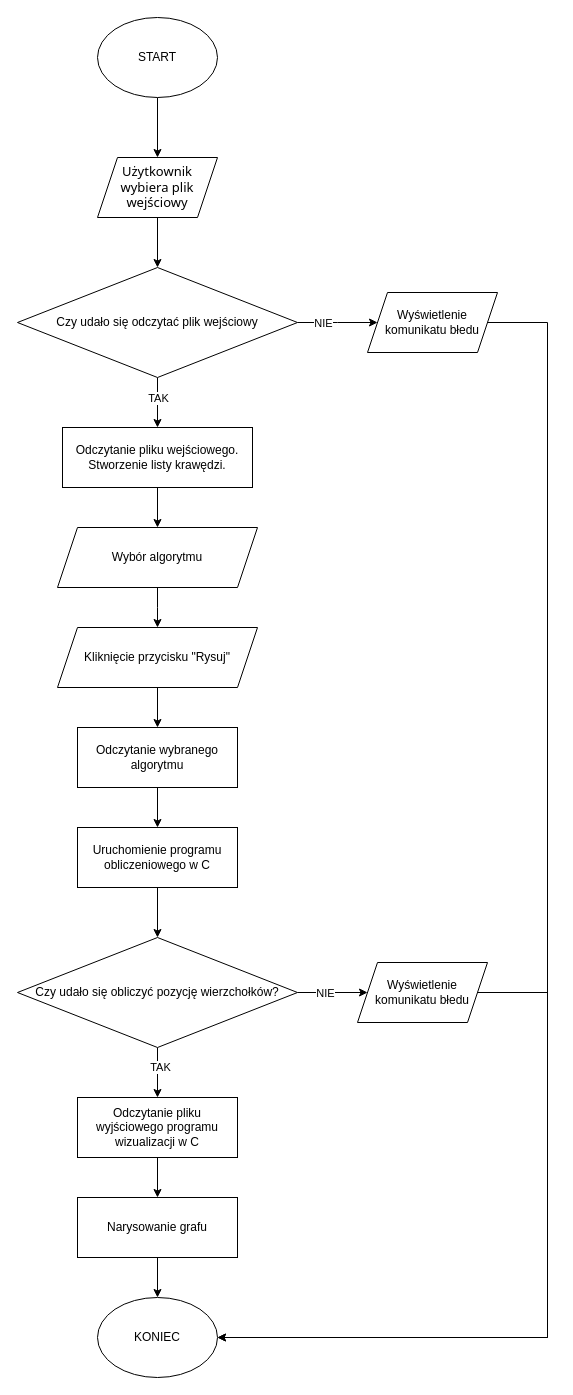
0-Cuprum-0/jimp2-wizualizacja-grafu-java keeps this draw.io diagram as documentation/implementation/assets/schemat_blokowy.drawio. Above is the earlier version. Source tidied: cells renumbered, new cells numbered last; positions are measured from the earlier drawing's top-left corner, leaving out a move shared by most shapes. Both pictures are drawn from the tidied source at 100%, with x=0, y=0 at pixel (17, 17).
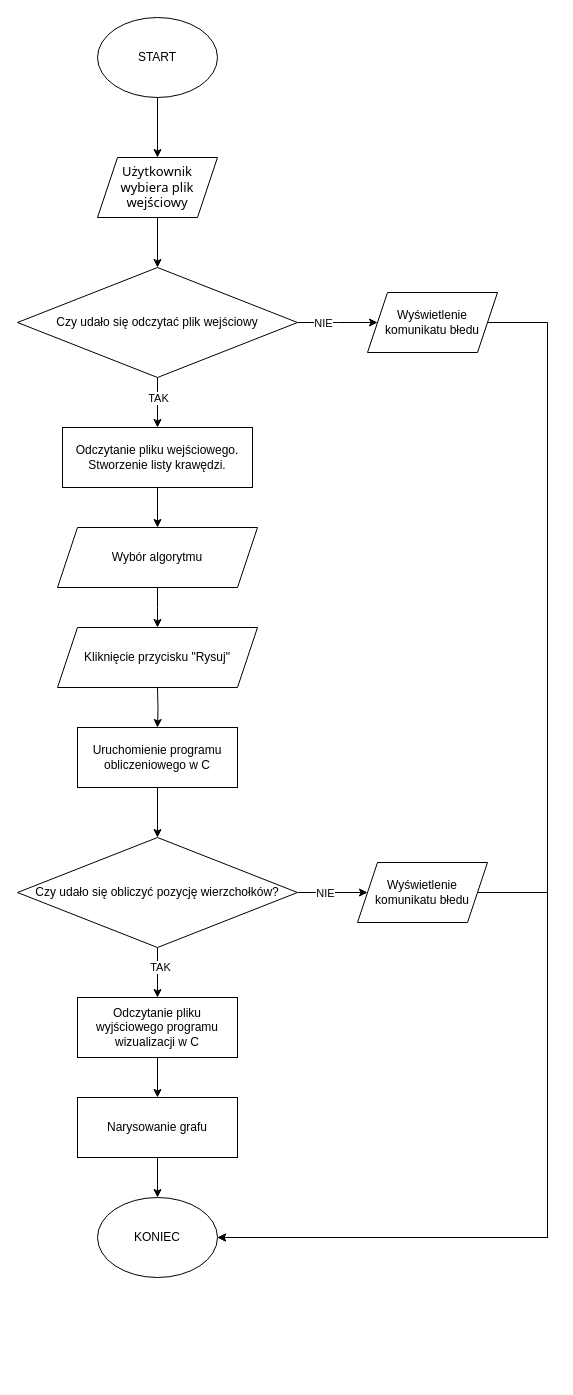
The same page after the edit.

Commit message (it also covers changes not shown here):
Dodanie enum Algorithm zamiast zhardcodowanych wartości; Usunięcie zbędnego elementu schematu blokowego

The change refers to these unchanged cells:
```xml
<mxCell id="11" value="Kliknięcie przycisku &quot;Rysuj&quot;" style="shape=parallelogram;perimeter=parallelogramPerimeter;whiteSpace=wrap;html=1;fixedSize=1;" parent="1" vertex="1">
  <mxGeometry x="40" y="610" width="200" height="60" as="geometry" />
</mxCell>
<mxCell id="33" value="Wyświetlenie komunikatu błedu" style="shape=parallelogram;perimeter=parallelogramPerimeter;whiteSpace=wrap;html=1;fixedSize=1;" parent="1" vertex="1">
  <mxGeometry x="350" y="275" width="130" height="60" as="geometry" />
</mxCell>
```

What changed in the source:
```diff
@@
-    <mxCell id="10" style="edgeStyle=orthogonalEdgeStyle;rounded=0;jettySize=auto;html=1;entryX=0.5;entryY=0;entryDx=0;entryDy=0;" parent="1" edge="1" source="11" target="13">
-      <mxGeometry relative="1" as="geometry" />
-    </mxCell>
@@
-    <mxCell id="12" style="edgeStyle=orthogonalEdgeStyle;rounded=0;jettySize=auto;html=1;entryX=0.5;entryY=0;entryDx=0;entryDy=0;" parent="1" edge="1" source="13" target="15">
-      <mxGeometry relative="1" as="geometry" />
+    <mxCell id="12" style="edgeStyle=orthogonalEdgeStyle;rounded=0;jettySize=auto;html=1;entryX=0.5;entryY=0;entryDx=0;entryDy=0;" parent="1" edge="1" target="15">
+      <mxGeometry relative="1" as="geometry">
+        <mxPoint x="140" y="670" as="sourcePoint" />
+      </mxGeometry>
     </mxCell>
-    <mxCell id="13" value="Odczytanie wybranego algorytmu" style="rounded=0;whiteSpace=wrap;html=1;" parent="1" vertex="1">
-      <mxGeometry x="60" y="710" width="160" height="60" as="geometry" />
-    </mxCell>
@@
     <mxCell id="15" value="Uruchomienie programu obliczeniowego w C" style="rounded=0;whiteSpace=wrap;html=1;" parent="1" vertex="1">
-      <mxGeometry x="60" y="810" width="160" height="60" as="geometry" />
+      <mxGeometry x="60" y="710" width="160" height="60" as="geometry" />
     </mxCell>
@@
     <mxCell id="17" value="Odczytanie pliku wyjściowego programu wizualizacji w C" style="rounded=0;whiteSpace=wrap;html=1;" parent="1" vertex="1">
-      <mxGeometry x="60" y="1080" width="160" height="60" as="geometry" />
+      <mxGeometry x="60" y="980" width="160" height="60" as="geometry" />
     </mxCell>
@@
     <mxCell id="19" value="Narysowanie grafu" style="rounded=0;whiteSpace=wrap;html=1;" parent="1" vertex="1">
-      <mxGeometry x="60" y="1180" width="160" height="60" as="geometry" />
+      <mxGeometry x="60" y="1080" width="160" height="60" as="geometry" />
     </mxCell>
     <mxCell id="20" value="KONIEC" style="ellipse;whiteSpace=wrap;html=1;" parent="1" vertex="1">
-      <mxGeometry x="80" y="1280" width="120" height="80" as="geometry" />
+      <mxGeometry x="80" y="1180" width="120" height="80" as="geometry" />
     </mxCell>
@@
     <mxCell id="26" style="edgeStyle=orthogonalEdgeStyle;rounded=0;jettySize=auto;html=1;entryX=1;entryY=0.5;entryDx=0;entryDy=0;exitX=1;exitY=0.5;exitDx=0;exitDy=0;" parent="1" edge="1" source="33" target="20">
       <mxGeometry relative="1" as="geometry">
         <Array as="points">
           <mxPoint x="530" y="305" />
-          <mxPoint x="530" y="1320" />
+          <mxPoint x="530" y="1220" />
         </Array>
       </mxGeometry>
     </mxCell>
@@
     <mxCell id="29" style="edgeStyle=orthogonalEdgeStyle;rounded=0;jettySize=auto;html=1;" parent="1" edge="1" source="31">
       <mxGeometry relative="1" as="geometry">
-        <mxPoint x="350" y="975" as="targetPoint" />
+        <mxPoint x="350" y="875" as="targetPoint" />
       </mxGeometry>
     </mxCell>
@@
     <mxCell id="31" value="Czy udało się obliczyć pozycję wierzchołków?" style="rhombus;whiteSpace=wrap;html=1;" parent="1" vertex="1">
-      <mxGeometry y="920" width="280" height="110" as="geometry" />
+      <mxGeometry y="820" width="280" height="110" as="geometry" />
     </mxCell>
     <mxCell id="32" style="edgeStyle=orthogonalEdgeStyle;rounded=0;jettySize=auto;html=1;exitX=1;exitY=0.5;exitDx=0;exitDy=0;" parent="1" edge="1" source="34" target="20">
       <mxGeometry relative="1" as="geometry">
         <Array as="points">
-          <mxPoint x="530" y="975" />
-          <mxPoint x="530" y="1320" />
+          <mxPoint x="530" y="875" />
+          <mxPoint x="530" y="1220" />
         </Array>
       </mxGeometry>
     </mxCell>
@@
     <mxCell id="34" value="Wyświetlenie komunikatu błedu" style="shape=parallelogram;perimeter=parallelogramPerimeter;whiteSpace=wrap;html=1;fixedSize=1;" parent="1" vertex="1">
-      <mxGeometry x="340" y="945" width="130" height="60" as="geometry" />
+      <mxGeometry x="340" y="845" width="130" height="60" as="geometry" />
     </mxCell>
```
